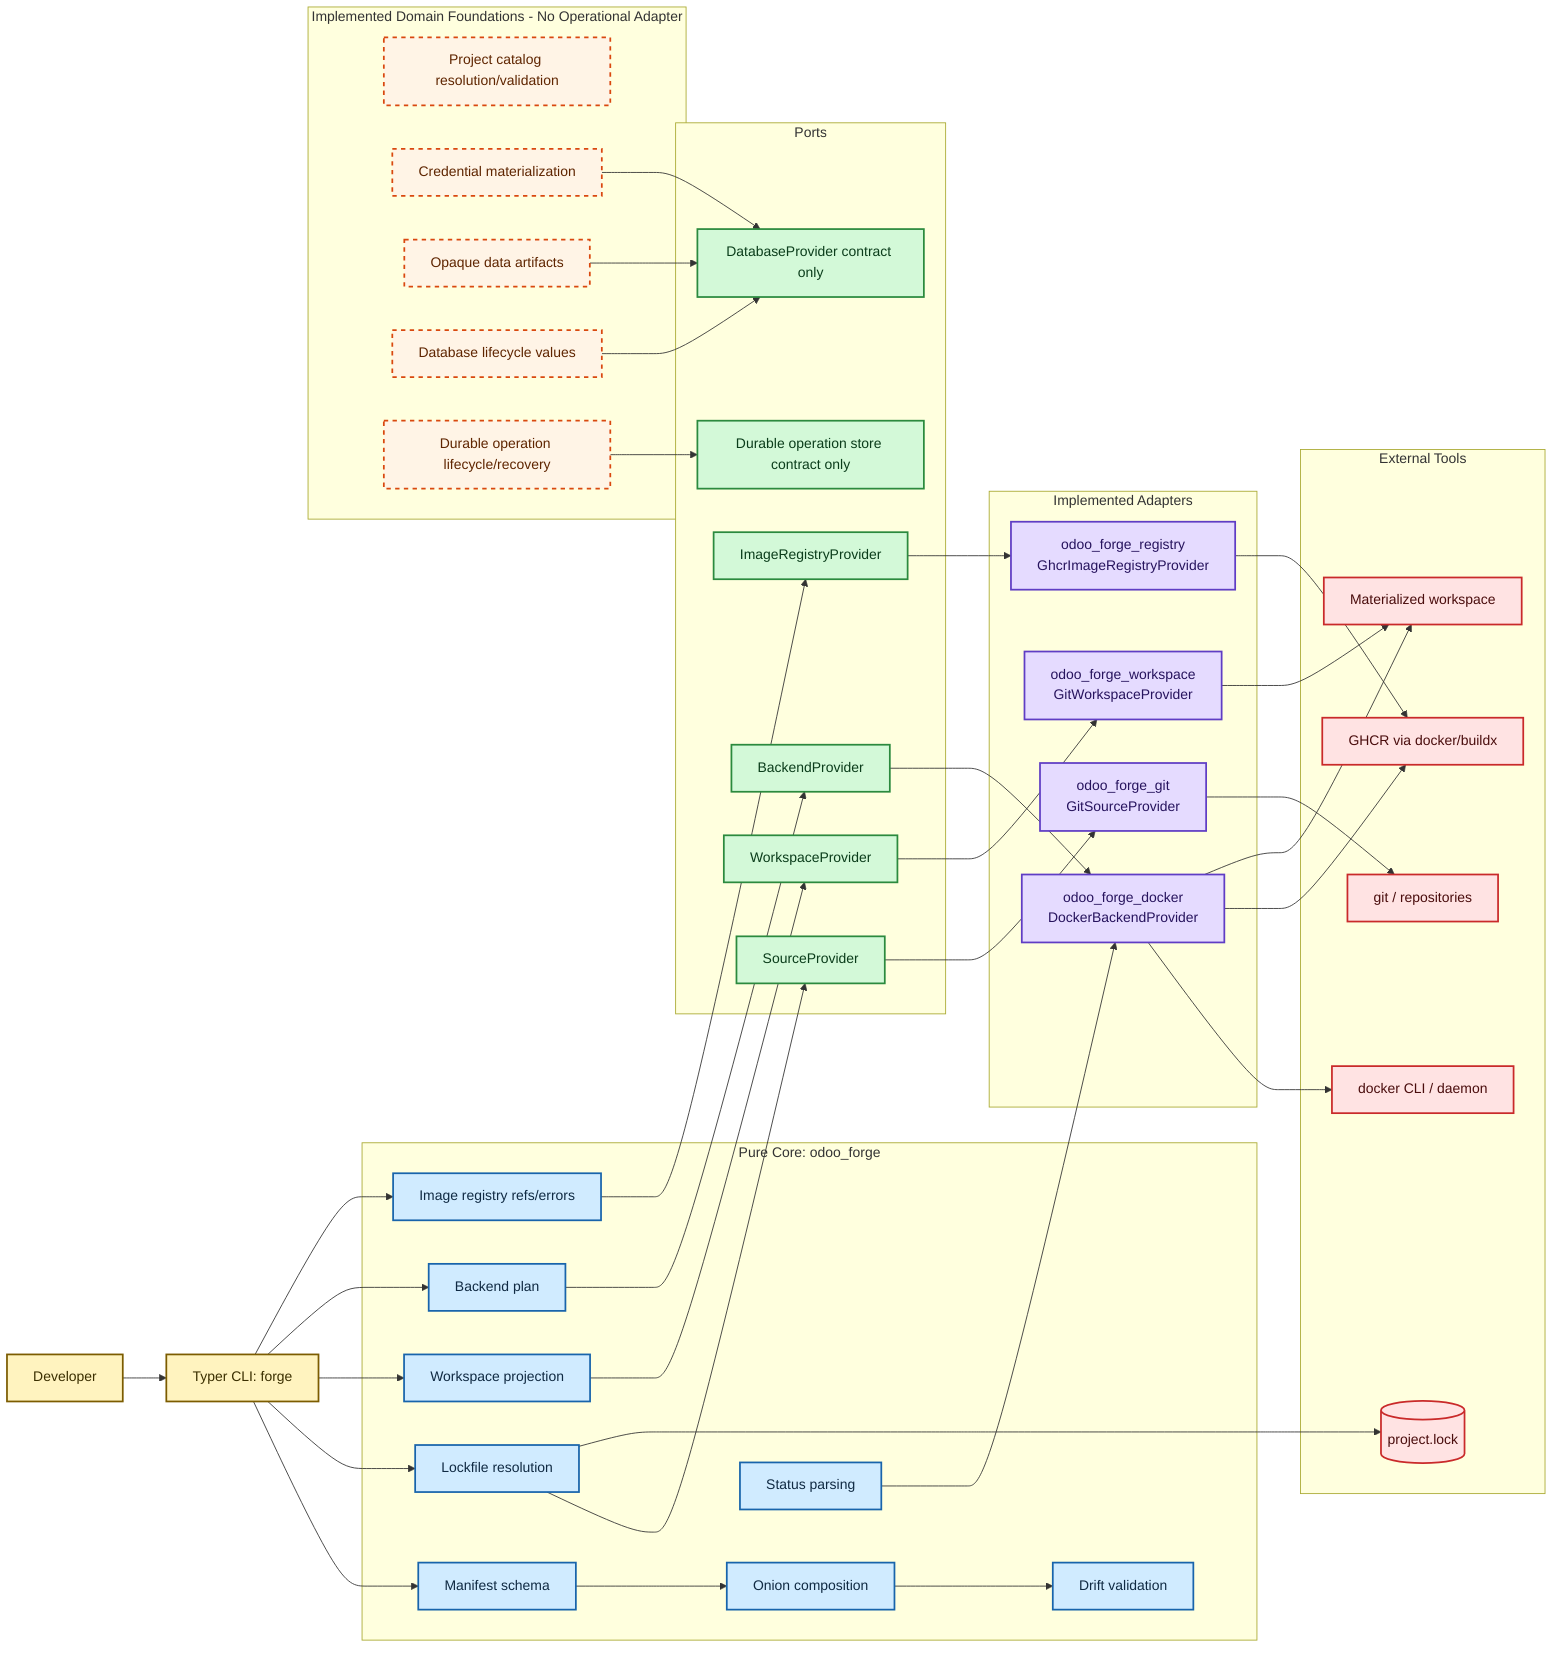
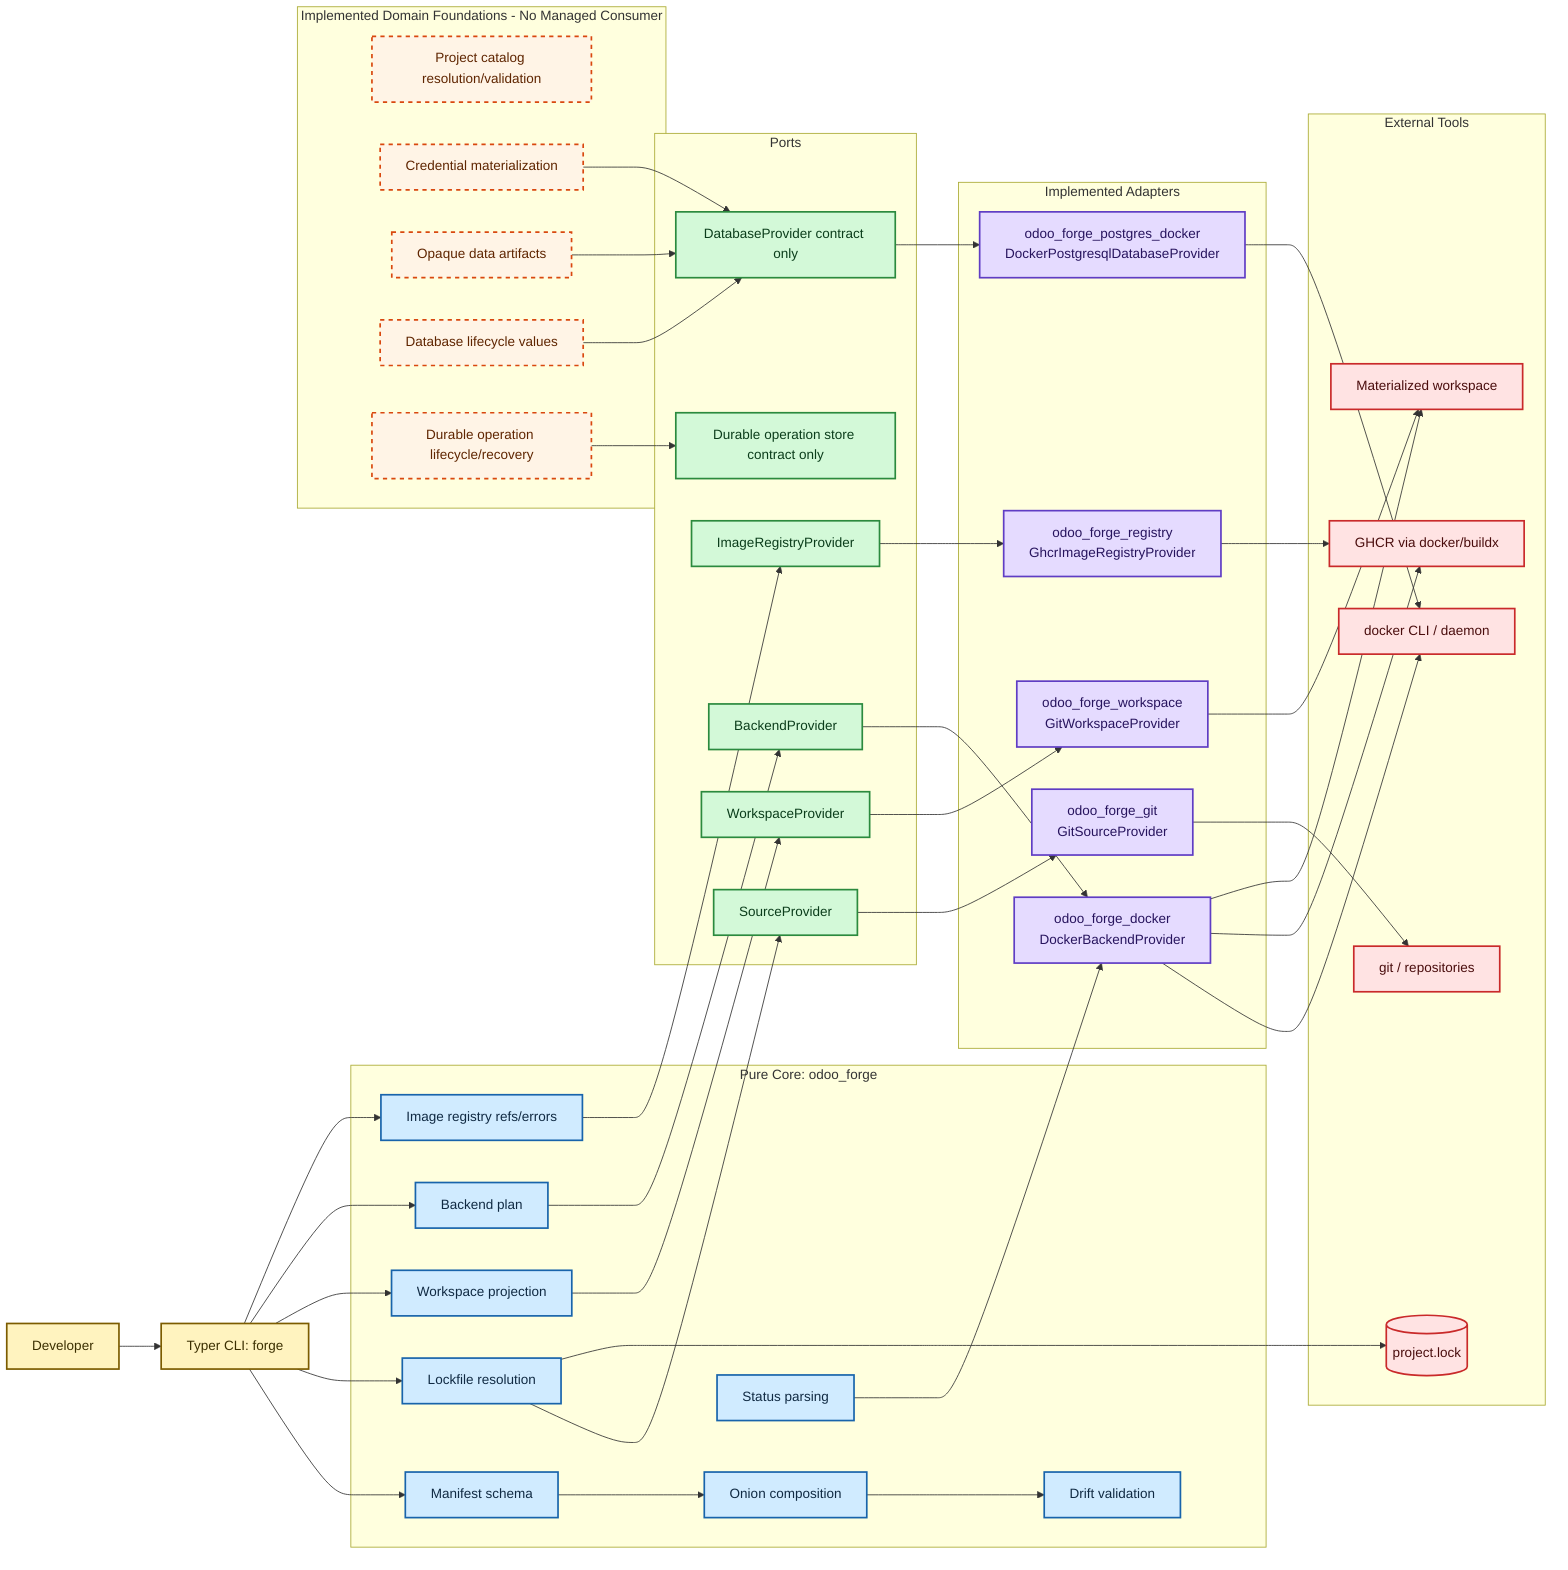
flowchart LR
    developer[Developer]
    cli[Typer CLI: forge]

    subgraph core[Pure Core: odoo_forge]
        manifest[Manifest schema]
        composition[Onion composition]
        locking[Lockfile resolution]
        projection[Workspace projection]
        backendPlan[Backend plan]
        statusParse[Status parsing]
        registryTypes[Image registry refs/errors]
        drift[Drift validation]
    end

    subgraph ports[Ports]
        sourcePort[SourceProvider]
        workspacePort[WorkspaceProvider]
        backendPort[BackendProvider]
        imagePort[ImageRegistryProvider]
        databasePort[DatabaseProvider contract only]
        durableStore[Durable operation store contract only]
    end

-     subgraph foundations[Implemented Domain Foundations - No Operational Adapter]
+     subgraph foundations[Implemented Domain Foundations - No Managed Consumer]
        projectCatalog[Project catalog resolution/validation]
        credentials[Credential materialization]
        artifacts[Opaque data artifacts]
        databaseTypes[Database lifecycle values]
        durable[Durable operation lifecycle/recovery]
    end

    subgraph adapters[Implemented Adapters]
        git[odoo_forge_git\nGitSourceProvider]
        workspaceAdapter[odoo_forge_workspace\nGitWorkspaceProvider]
        docker[odoo_forge_docker\nDockerBackendProvider]
+         postgres[odoo_forge_postgres_docker\nDockerPostgresqlDatabaseProvider]
        registry[odoo_forge_registry\nGhcrImageRegistryProvider]
    end

    subgraph external[External Tools]
        gitCli[git / repositories]
        dockerCli[docker CLI / daemon]
        ghcr[GHCR via docker/buildx]
        fs[Materialized workspace]
        lock[(project.lock)]
    end

    developer --> cli
    cli --> manifest
    cli --> locking
    cli --> projection
    cli --> backendPlan
    cli --> registryTypes
    manifest --> composition --> drift
    locking --> sourcePort --> git --> gitCli
    locking --> lock
    projection --> workspacePort --> workspaceAdapter --> fs
    backendPlan --> backendPort --> docker --> dockerCli
    registryTypes --> imagePort --> registry --> ghcr
    docker --> ghcr
    docker --> fs
    statusParse --> docker
    databaseTypes --> databasePort
+     databasePort --> postgres --> dockerCli
    credentials --> databasePort
    artifacts --> databasePort
    durable --> durableStore

    classDef cli fill:#FFF3BF,stroke:#7C5C00,stroke-width:2px,color:#3B2F00
    classDef core fill:#D0EBFF,stroke:#1864AB,stroke-width:2px,color:#102A43
    classDef port fill:#D3F9D8,stroke:#2B8A3E,stroke-width:2px,color:#0B3D1B
    classDef adapter fill:#E5DBFF,stroke:#5F3DC4,stroke-width:2px,color:#27145E
    classDef external fill:#FFE3E3,stroke:#C92A2A,stroke-width:2px,color:#4A0D0D
    classDef foundation fill:#FFF4E6,stroke:#D9480F,stroke-width:2px,stroke-dasharray: 5 5,color:#5F2500
    class developer,cli cli
    class manifest,composition,locking,projection,backendPlan,statusParse,registryTypes,drift core
    class sourcePort,workspacePort,backendPort,imagePort,databasePort,durableStore port
-     class git,workspaceAdapter,docker,registry adapter
+     class git,workspaceAdapter,docker,postgres,registry adapter
    class gitCli,dockerCli,ghcr,fs,lock external
    class projectCatalog,credentials,artifacts,databaseTypes,durable foundation
